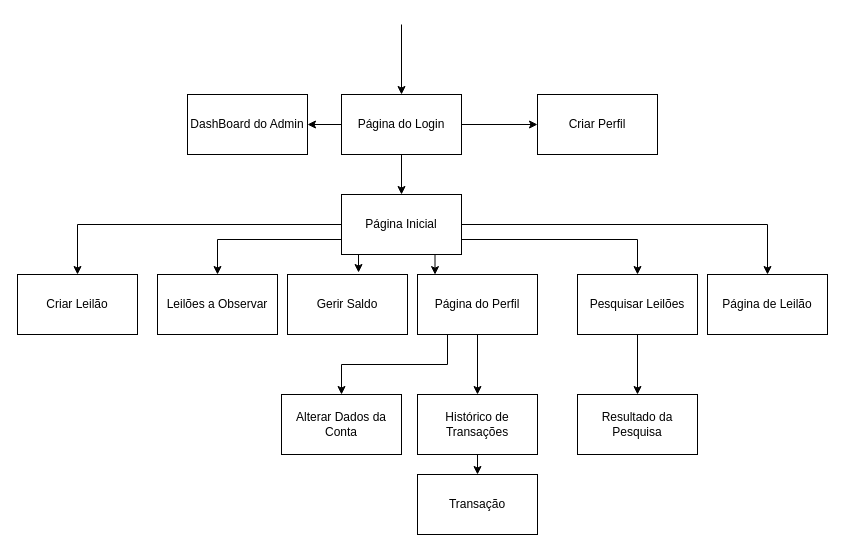
The draw.io diagram modelos/diagram.drawio in Pedrosilva03/li4-online-auctions, before the edit. Source tidied: cells renumbered, new cells numbered last; positions are measured from the earlier drawing's top-left corner, leaving out a move shared by most shapes. Both pictures are drawn from the tidied source at 100%, with x=0, y=0 at pixel (17, 24).
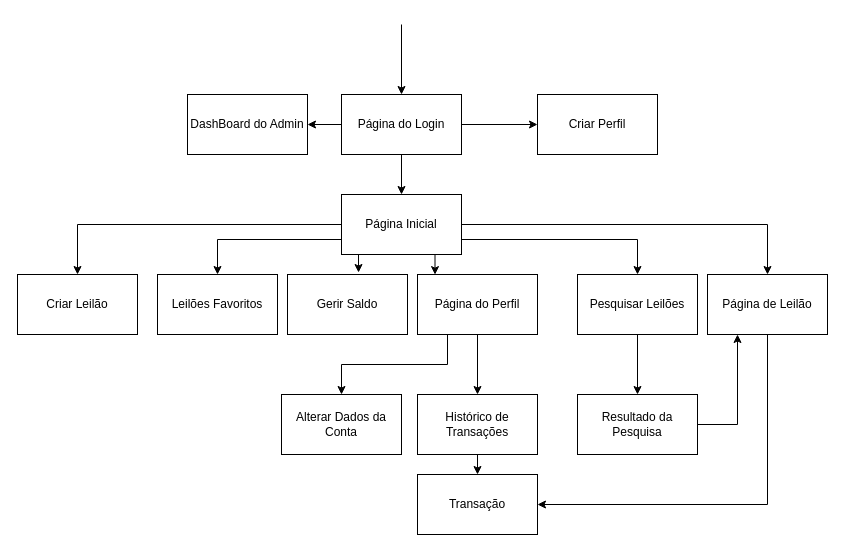
The same diagram, later.

Commit message (it also covers changes not shown here):
Use Cases terminados, modelos terminados, falta o GANT e o diagrama de atividades

Unchanged cells that the change refers to:
```xml
<mxCell id="22" value="Página de Leilão" style="rounded=0;whiteSpace=wrap;html=1;" parent="1" vertex="1">
  <mxGeometry x="690" y="250" width="120" height="60" as="geometry" />
</mxCell>
<mxCell id="28" value="Resultado da Pesquisa" style="rounded=0;whiteSpace=wrap;html=1;" parent="1" vertex="1">
  <mxGeometry x="560" y="370" width="120" height="60" as="geometry" />
</mxCell>
<mxCell id="29" value="Transação" style="rounded=0;whiteSpace=wrap;html=1;" parent="1" vertex="1">
  <mxGeometry x="400" y="450" width="120" height="60" as="geometry" />
</mxCell>
```

Change to the diagram source:
```diff
@@
-    <mxCell id="15" value="Leilões a Observar" style="rounded=0;whiteSpace=wrap;html=1;" parent="1" vertex="1">
+    <mxCell id="15" value="Leilões Favoritos" style="rounded=0;whiteSpace=wrap;html=1;" parent="1" vertex="1">
       <mxGeometry x="140" y="250" width="120" height="60" as="geometry" />
     </mxCell>
@@
+    <mxCell id="30" style="edgeStyle=orthogonalEdgeStyle;rounded=0;jettySize=auto;html=1;exitX=0.5;exitY=1;exitDx=0;exitDy=0;entryX=1;entryY=0.5;entryDx=0;entryDy=0;" parent="1" edge="1" source="22" target="29">
+      <mxGeometry relative="1" as="geometry" />
+    </mxCell>
@@
+    <mxCell id="31" style="edgeStyle=orthogonalEdgeStyle;rounded=0;jettySize=auto;html=1;exitX=1;exitY=0.5;exitDx=0;exitDy=0;entryX=0.25;entryY=1;entryDx=0;entryDy=0;" parent="1" edge="1" source="28" target="22">
+      <mxGeometry relative="1" as="geometry" />
+    </mxCell>
```
